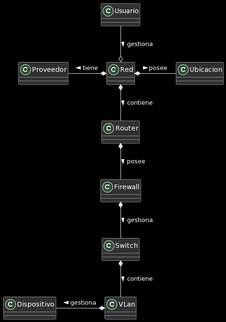
Above: images/ModeloDeDominio.png in mmasias/IdSw1-22-23 (PlantUML), before the change. The source it was exported from:
```plantuml
@startuml
class Usuario
class Red
class Router
class Ubicacion
class Firewall
class Switch
class Dispositivo

Usuario --o Red : gestiona >


Red *-r- Ubicacion : posee >
Red *-- Router : contiene >
Red *-l- Proveedor : tiene >

Router *-- Firewall : posee >
Firewall *-- Switch : gestiona >

Switch *-- VLan : contiene >
VLan *-l- Dispositivo : gestiona >
@enduml
```
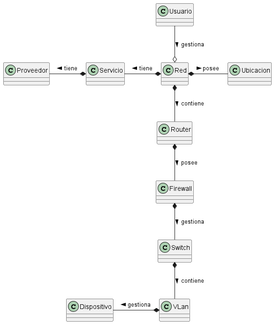
The same file after the commit.

Change to the diagram source:
```diff
@@ -1,4 +1,4 @@
-@startuml
+@startuml proyecto
 class Usuario
 class Red
 class Router
@@ -6,17 +6,22 @@
 class Firewall
 class Switch
 class Dispositivo
+class Servicio
 
 Usuario --o Red : gestiona >
 
 
 Red *-r- Ubicacion : posee >
 Red *-- Router : contiene >
-Red *-l- Proveedor : tiene >
+
+Red *-l- Servicio : tiene >
+Servicio *-l- Proveedor : tiene >
 
 Router *-- Firewall : posee >
 Firewall *-- Switch : gestiona >
 
 Switch *-- VLan : contiene >
 VLan *-l- Dispositivo : gestiona >
+
+
 @enduml
```
